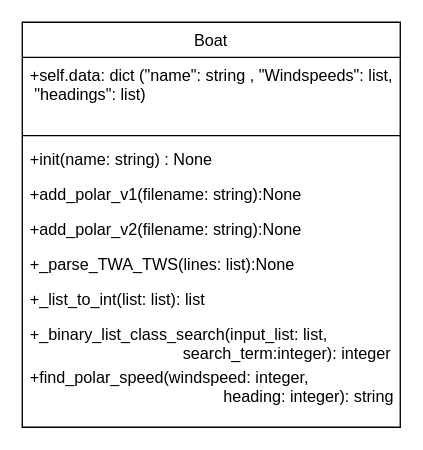
Above: Diagrams/Untitled Diagram.drawio in vandorena/NEA (draw.io), before the change. Source tidied: cells renumbered, new cells numbered last; positions are measured from the earlier drawing's top-left corner, leaving out a move shared by most shapes. Both pictures are drawn from the tidied source at 135%, with x=0, y=0 at pixel (22, 22).
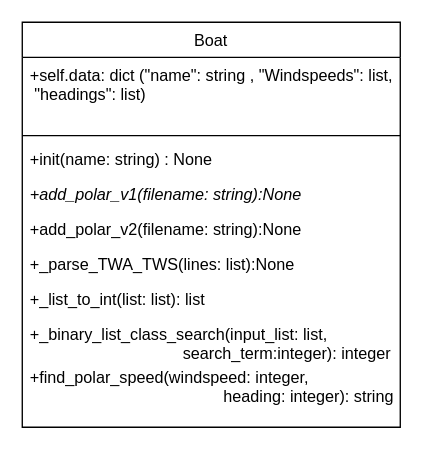
The same diagram, later.

What changed in the source:
```diff
@@
 <mxGraphModel>
   <root>
     <mxCell id="0" />
     <mxCell id="1" parent="0" />
     <mxCell id="2" value="Boat" style="swimlane;fontStyle=0;align=center;verticalAlign=top;horizontal=1;startSize=26;rounded=0;shadow=0;strokeWidth=1;" parent="1" vertex="1">
       <mxGeometry width="280" height="300" as="geometry" />
     </mxCell>
     <mxCell id="3" value="+self.data: dict (&quot;name&quot;: string , &quot;Windspeeds&quot;: list,&#10; &quot;headings&quot;: list)" style="text;align=left;verticalAlign=top;spacingLeft=4;spacingRight=4;overflow=hidden;" parent="2" vertex="1">
       <mxGeometry y="26" width="280" height="54" as="geometry" />
     </mxCell>
     <mxCell id="4" style="line;html=1;strokeWidth=1;align=left;verticalAlign=middle;spacingTop=-1;spacingLeft=3;spacingRight=3;labelPosition=right;" parent="2" vertex="1">
       <mxGeometry y="80" width="280" height="8" as="geometry" />
     </mxCell>
     <mxCell id="5" value="+init(name: string) : None" style="text;align=left;verticalAlign=top;spacingLeft=4;spacingRight=4;overflow=hidden;" parent="2" vertex="1">
       <mxGeometry y="88" width="280" height="26" as="geometry" />
     </mxCell>
-    <mxCell id="6" value="+add_polar_v1(filename: string):None&#10;" style="text;align=left;verticalAlign=top;spacingLeft=4;spacingRight=4;overflow=hidden;" parent="2" vertex="1">
+    <mxCell id="6" value="+add_polar_v1(filename: string):None&#10;" style="text;align=left;verticalAlign=top;spacingLeft=4;spacingRight=4;overflow=hidden;fontStyle=2;" parent="2" vertex="1">
       <mxGeometry y="114" width="280" height="26" as="geometry" />
     </mxCell>
     <mxCell id="7" value="+add_polar_v2(filename: string):None&#10;" style="text;align=left;verticalAlign=top;spacingLeft=4;spacingRight=4;overflow=hidden;" parent="2" vertex="1">
       <mxGeometry y="140" width="280" height="26" as="geometry" />
     </mxCell>
     <mxCell id="8" value="+_parse_TWA_TWS(lines: list):None&#10;" style="text;align=left;verticalAlign=top;spacingLeft=4;spacingRight=4;overflow=hidden;" parent="2" vertex="1">
       <mxGeometry y="166" width="280" height="26" as="geometry" />
     </mxCell>
     <mxCell id="9" value="+_list_to_int(list: list): list&#10;" style="text;align=left;verticalAlign=top;spacingLeft=4;spacingRight=4;overflow=hidden;" parent="2" vertex="1">
       <mxGeometry y="192" width="280" height="26" as="geometry" />
     </mxCell>
     <mxCell id="10" value="+_binary_list_class_search(input_list: list, &#10;                                  search_term:integer): integer&#10;" style="text;align=left;verticalAlign=top;spacingLeft=4;spacingRight=4;overflow=hidden;" parent="2" vertex="1">
       <mxGeometry y="218" width="280" height="32" as="geometry" />
     </mxCell>
     <mxCell id="11" value="+find_polar_speed(windspeed: integer, &#10;                                           heading: integer): string" style="text;align=left;verticalAlign=top;spacingLeft=4;spacingRight=4;overflow=hidden;" parent="2" vertex="1">
       <mxGeometry y="250" width="280" height="32" as="geometry" />
     </mxCell>
   </root>
 </mxGraphModel>
```
